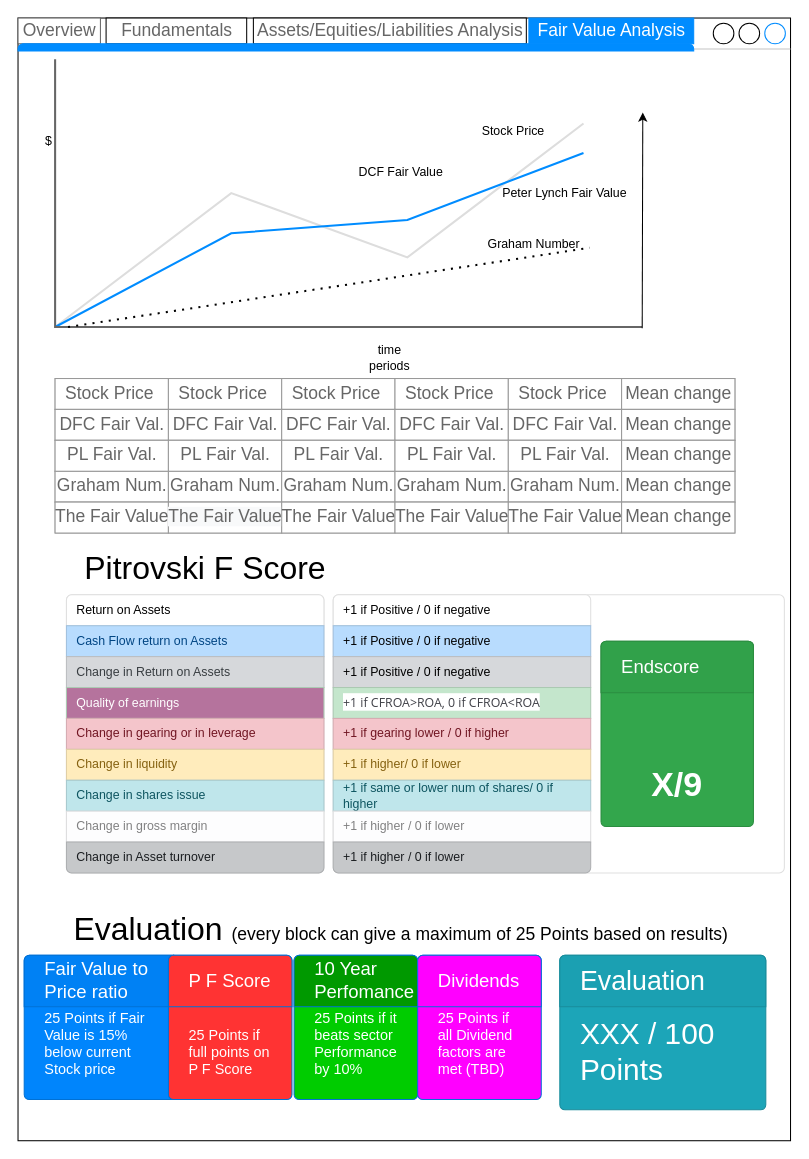
Ellebam/TheFairValue keeps this draw.io diagram as page "Analysis Page: Fair Value Analysis" (6 of 6) of Mockup.drawio. Above is the earlier version. Source tidied: cells renumbered, new cells numbered last; positions are measured from the earlier drawing's top-left corner, leaving out a move shared by most shapes. Both pictures are drawn from the tidied source at 103%, with x=0, y=0 at pixel (18, 18).
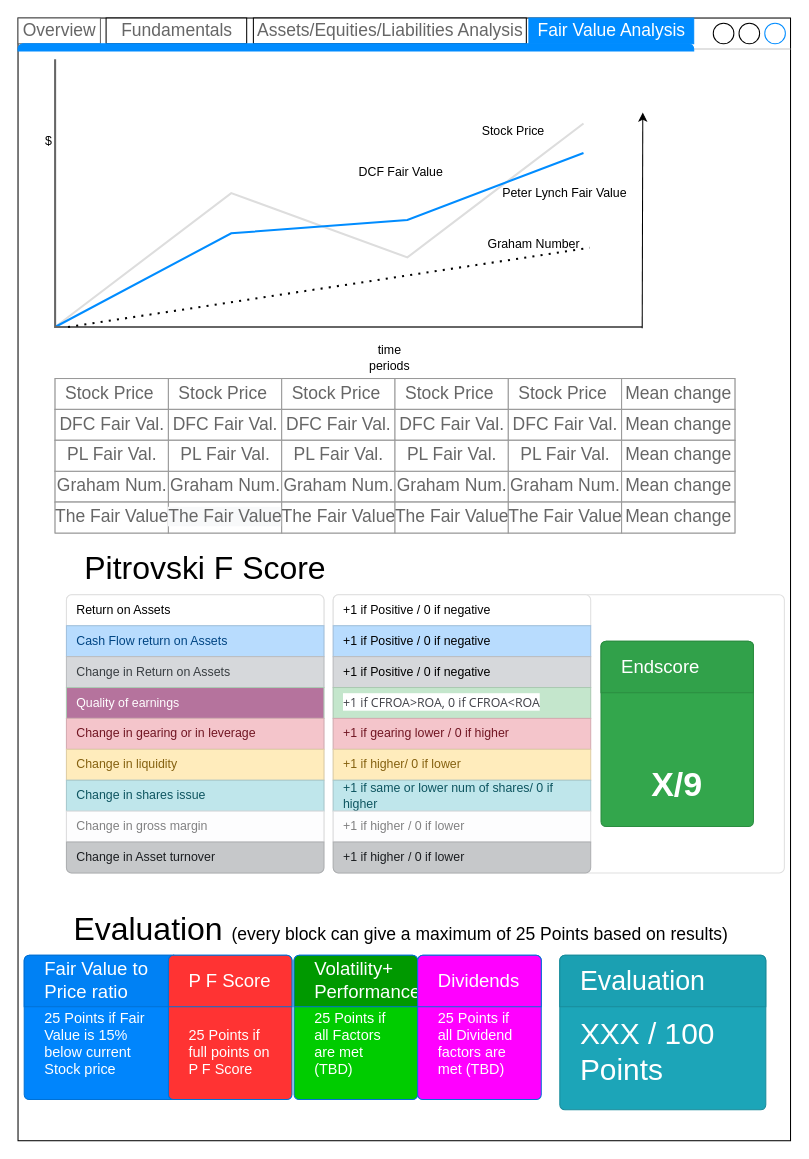
Above is the later version.

Commit message (it also covers changes not shown here):
Updated Data Classes and Mockup.drawio

What changed in the source:
```diff
@@
-    <mxCell id="81" value="25 Points if it beats sector Performance by 10%" style="html=1;shadow=0;dashed=0;shape=mxgraph.bootstrap.rrect;rSize=5;strokeColor=#0071D5;html=1;whiteSpace=wrap;fontColor=#ffffff;verticalAlign=bottom;align=left;spacing=20;spacingBottom=0;fontSize=14;fillColor=#00CC00;" parent="1" vertex="1">
+    <mxCell id="81" value="25 Points if all Factors are met&lt;br&gt;(TBD)" style="html=1;shadow=0;dashed=0;shape=mxgraph.bootstrap.rrect;rSize=5;strokeColor=#0071D5;html=1;whiteSpace=wrap;fontColor=#ffffff;verticalAlign=bottom;align=left;spacing=20;spacingBottom=0;fontSize=14;fillColor=#00CC00;" parent="1" vertex="1">
       <mxGeometry x="268" y="910" width="120" height="140" as="geometry" />
     </mxCell>
-    <mxCell id="82" value="10 Year Perfomance" style="html=1;shadow=0;dashed=0;shape=mxgraph.bootstrap.topButton;rSize=5;perimeter=none;whiteSpace=wrap;strokeColor=#0071D5;fontColor=#ffffff;fontSize=18;align=left;spacing=20;fillColor=#009900;" parent="81" vertex="1">
+    <mxCell id="82" value="Volatility+&lt;br&gt;Performance" style="html=1;shadow=0;dashed=0;shape=mxgraph.bootstrap.topButton;rSize=5;perimeter=none;whiteSpace=wrap;strokeColor=#0071D5;fontColor=#ffffff;fontSize=18;align=left;spacing=20;fillColor=#009900;" parent="81" vertex="1">
       <mxGeometry width="120" height="50" relative="1" as="geometry" />
     </mxCell>
```
